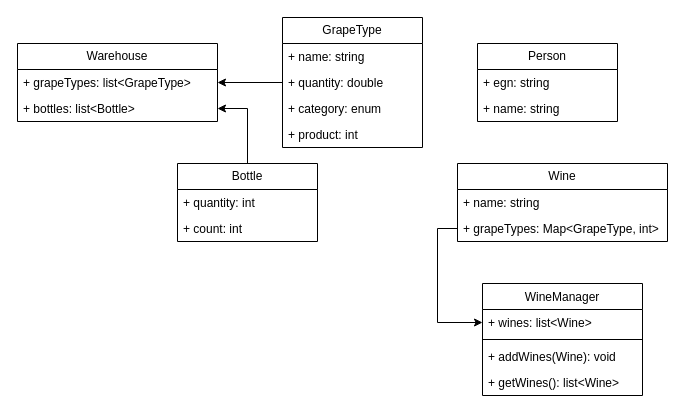
Before: VirtualVineyard/src/main/java/bg/tu_varna/sit/virtualvineyard/diagrams/wine_class_diagram.drawio in WineTechMakers/VirtualVineyard, a draw.io diagram. Source tidied: cells renumbered, new cells numbered last; positions are measured from the earlier drawing's top-left corner, leaving out a move shared by most shapes. Both pictures are drawn from the tidied source at 100%, with x=0, y=0 at pixel (17, 17).
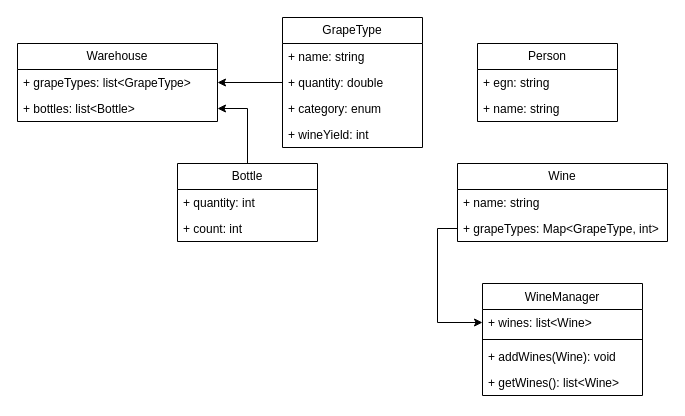
The same page after the edit.

The change refers to these unchanged cells:
```xml
<mxCell id="6" value="GrapeType" style="swimlane;fontStyle=0;horizontal=1;startSize=26;fillColor=none;whiteSpace=wrap;html=1;" parent="1" vertex="1">
  <mxGeometry x="265" width="140" height="130" as="geometry" />
</mxCell>
```

Diff of the diagram source:
```diff
@@
-    <mxCell id="10" value="+ product: int" style="text;strokeColor=none;fillColor=none;align=left;verticalAlign=top;spacingLeft=4;spacingRight=4;overflow=hidden;whiteSpace=wrap;html=1;" parent="6" vertex="1">
+    <mxCell id="10" value="+ wineYield: int" style="text;strokeColor=none;fillColor=none;align=left;verticalAlign=top;spacingLeft=4;spacingRight=4;overflow=hidden;whiteSpace=wrap;html=1;" parent="6" vertex="1">
       <mxGeometry y="104" width="140" height="26" as="geometry" />
     </mxCell>
```
